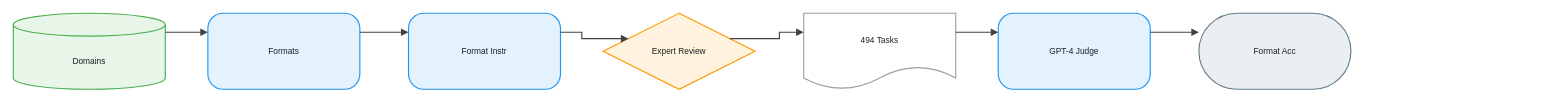
Earlier version of the draw.io diagram client/public/drawio/FOFO/FOFO.en.drawio (joe1chief/benchmark-hub). Source tidied: cells renumbered, new cells numbered last; positions are measured from the earlier drawing's top-left corner, leaving out a move shared by most shapes. Both pictures are drawn from the tidied source at 76%, with x=0, y=0 at pixel (13, 13).
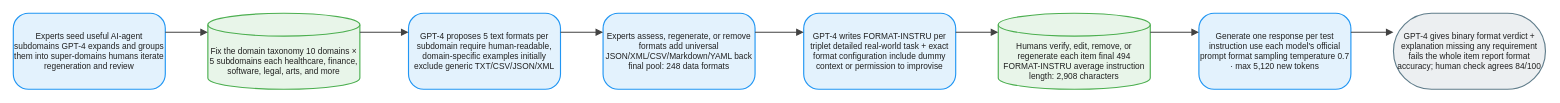
The same page after the edit.

Change to the diagram source:
```diff
@@
 <mxGraphModel background="#FFFFFF">
   <root>
     <mxCell id="0" />
     <mxCell id="1" parent="0" />
-    <mxCell id="2" value="Domains" style="shape=cylinder3;boundedLbl=1;backgroundOutline=1;size=15;html=1;whiteSpace=wrap;fillColor=#E8F5E9;strokeColor=#4CAF50;strokeWidth=1.5;fontColor=#212121;fontSize=11;fontFamily=Arial, Helvetica, sans-serif;verticalAlign=middle;align=center;" parent="1" vertex="1">
+    <mxCell id="2" value="Experts seed useful AI-agent subdomains GPT-4 expands and groups them into super-domains humans iterate regeneration and review" style="rounded=1;arcSize=20;html=1;whiteSpace=wrap;fillColor=#E3F2FD;strokeColor=#2196F3;strokeWidth=1.5;fontColor=#212121;fontSize=11;fontFamily=Arial, Helvetica, sans-serif;verticalAlign=middle;align=center;" parent="1" vertex="1">
       <mxGeometry width="200" height="100" as="geometry" />
     </mxCell>
-    <mxCell id="3" value="Formats" style="rounded=1;arcSize=20;html=1;whiteSpace=wrap;fillColor=#E3F2FD;strokeColor=#2196F3;strokeWidth=1.5;fontColor=#212121;fontSize=11;fontFamily=Arial, Helvetica, sans-serif;verticalAlign=middle;align=center;" parent="1" vertex="1">
+    <mxCell id="3" value="Fix the domain taxonomy 10 domains × 5 subdomains each healthcare, finance, software, legal, arts, and more" style="shape=cylinder3;boundedLbl=1;backgroundOutline=1;size=15;html=1;whiteSpace=wrap;fillColor=#E8F5E9;strokeColor=#4CAF50;strokeWidth=1.5;fontColor=#212121;fontSize=11;fontFamily=Arial, Helvetica, sans-serif;verticalAlign=middle;align=center;" parent="1" vertex="1">
       <mxGeometry x="256" width="200" height="100" as="geometry" />
     </mxCell>
-    <mxCell id="4" value="Format Instr" style="rounded=1;arcSize=20;html=1;whiteSpace=wrap;fillColor=#E3F2FD;strokeColor=#2196F3;strokeWidth=1.5;fontColor=#212121;fontSize=11;fontFamily=Arial, Helvetica, sans-serif;verticalAlign=middle;align=center;" parent="1" vertex="1">
+    <mxCell id="4" value="GPT-4 proposes 5 text formats per subdomain require human-readable, domain-specific examples initially exclude generic TXT/CSV/JSON/XML" style="rounded=1;arcSize=20;html=1;whiteSpace=wrap;fillColor=#E3F2FD;strokeColor=#2196F3;strokeWidth=1.5;fontColor=#212121;fontSize=11;fontFamily=Arial, Helvetica, sans-serif;verticalAlign=middle;align=center;" parent="1" vertex="1">
       <mxGeometry x="520" width="200" height="100" as="geometry" />
     </mxCell>
-    <mxCell id="5" value="Expert Review" style="rhombus;html=1;whiteSpace=wrap;fillColor=#FFF3E0;strokeColor=#FF9800;strokeWidth=1.5;fontColor=#212121;fontSize=11;fontFamily=Arial, Helvetica, sans-serif;verticalAlign=middle;align=center;" parent="1" vertex="1">
+    <mxCell id="5" value="Experts assess, regenerate, or remove formats add universal JSON/XML/CSV/Markdown/YAML back final pool: 248 data formats" style="rounded=1;arcSize=20;html=1;whiteSpace=wrap;fillColor=#E3F2FD;strokeColor=#2196F3;strokeWidth=1.5;fontColor=#212121;fontSize=11;fontFamily=Arial, Helvetica, sans-serif;verticalAlign=middle;align=center;" parent="1" vertex="1">
       <mxGeometry x="776" width="200" height="100" as="geometry" />
     </mxCell>
-    <mxCell id="6" value="494 Tasks" style="shape=document;boundedLbl=1;html=1;whiteSpace=wrap;fillColor=#FFFFFF;strokeColor=#9E9E9E;strokeWidth=1.5;fontColor=#212121;fontSize=11;fontFamily=Arial, Helvetica, sans-serif;verticalAlign=middle;align=center;" parent="1" vertex="1">
+    <mxCell id="6" value="GPT-4 writes FORMAT-INSTRU per triplet detailed real-world task + exact format configuration include dummy context or permission to improvise" style="rounded=1;arcSize=20;html=1;whiteSpace=wrap;fillColor=#E3F2FD;strokeColor=#2196F3;strokeWidth=1.5;fontColor=#212121;fontSize=11;fontFamily=Arial, Helvetica, sans-serif;verticalAlign=middle;align=center;" parent="1" vertex="1">
       <mxGeometry x="1040" width="200" height="100" as="geometry" />
     </mxCell>
-    <mxCell id="7" value="GPT-4 Judge" style="rounded=1;arcSize=20;html=1;whiteSpace=wrap;fillColor=#E3F2FD;strokeColor=#2196F3;strokeWidth=1.5;fontColor=#212121;fontSize=11;fontFamily=Arial, Helvetica, sans-serif;verticalAlign=middle;align=center;" parent="1" vertex="1">
+    <mxCell id="7" value="Humans verify, edit, remove, or regenerate each item final 494 FORMAT-INSTRU average instruction length: 2,908 characters" style="shape=cylinder3;boundedLbl=1;backgroundOutline=1;size=15;html=1;whiteSpace=wrap;fillColor=#E8F5E9;strokeColor=#4CAF50;strokeWidth=1.5;fontColor=#212121;fontSize=11;fontFamily=Arial, Helvetica, sans-serif;verticalAlign=middle;align=center;" parent="1" vertex="1">
       <mxGeometry x="1296" width="200" height="100" as="geometry" />
     </mxCell>
-    <mxCell id="8" value="Format Acc" style="rounded=1;arcSize=50;html=1;whiteSpace=wrap;fillColor=#ECEFF1;strokeColor=#607D8B;strokeWidth=1.5;fontColor=#212121;fontSize=11;fontFamily=Arial, Helvetica, sans-serif;verticalAlign=middle;align=center;" parent="1" vertex="1">
+    <mxCell id="8" value="Generate one response per test instruction use each model's official prompt format sampling temperature 0.7 · max 5,120 new tokens" style="rounded=1;arcSize=20;html=1;whiteSpace=wrap;fillColor=#E3F2FD;strokeColor=#2196F3;strokeWidth=1.5;fontColor=#212121;fontSize=11;fontFamily=Arial, Helvetica, sans-serif;verticalAlign=middle;align=center;" parent="1" vertex="1">
       <mxGeometry x="1560" width="200" height="100" as="geometry" />
     </mxCell>
-    <mxCell id="9" style="edgeStyle=orthogonalEdgeStyle;rounded=0;jettySize=auto;html=1;strokeColor=#424242;strokeWidth=1.5;endArrow=block;endFill=1;exitX=1;exitY=0.25;exitDx=0;exitDy=0;entryX=0;entryY=0.25;entryDx=0;entryDy=0;jumpStyle=arc;jumpSize=8;" parent="1" edge="1" source="2" target="3">
-      <mxGeometry relative="1" as="geometry" />
+    <mxCell id="9" value="GPT-4 gives binary format verdict + explanation missing any requirement fails the whole item report format accuracy; human check agrees 84/100" style="rounded=1;arcSize=50;html=1;whiteSpace=wrap;fillColor=#ECEFF1;strokeColor=#607D8B;strokeWidth=1.5;fontColor=#212121;fontSize=11;fontFamily=Arial, Helvetica, sans-serif;verticalAlign=middle;align=center;" parent="1" vertex="1">
+      <mxGeometry x="1816" width="200" height="100" as="geometry" />
     </mxCell>
-    <mxCell id="10" style="edgeStyle=orthogonalEdgeStyle;rounded=0;jettySize=auto;html=1;strokeColor=#424242;strokeWidth=1.5;endArrow=block;endFill=1;exitX=1;exitY=0.25;exitDx=0;exitDy=0;entryX=0;entryY=0.25;entryDx=0;entryDy=0;jumpStyle=arc;jumpSize=8;" parent="1" edge="1" source="3" target="4">
+    <mxCell id="10" style="edgeStyle=orthogonalEdgeStyle;rounded=0;jettySize=auto;html=1;strokeColor=#424242;strokeWidth=1.5;endArrow=block;endFill=1;exitX=1;exitY=0.25;exitDx=0;exitDy=0;entryX=0;entryY=0.25;entryDx=0;entryDy=0;jumpStyle=arc;jumpSize=8;" parent="1" edge="1" source="2" target="3">
       <mxGeometry relative="1" as="geometry" />
     </mxCell>
-    <mxCell id="11" style="edgeStyle=orthogonalEdgeStyle;rounded=0;jettySize=auto;html=1;strokeColor=#424242;strokeWidth=1.5;endArrow=block;endFill=1;exitX=1;exitY=0.25;exitDx=0;exitDy=0;entryX=0;entryY=0.25;entryDx=0;entryDy=0;jumpStyle=arc;jumpSize=8;" parent="1" edge="1" source="4" target="5">
+    <mxCell id="11" style="edgeStyle=orthogonalEdgeStyle;rounded=0;jettySize=auto;html=1;strokeColor=#424242;strokeWidth=1.5;endArrow=block;endFill=1;exitX=1;exitY=0.25;exitDx=0;exitDy=0;entryX=0;entryY=0.25;entryDx=0;entryDy=0;jumpStyle=arc;jumpSize=8;" parent="1" edge="1" source="3" target="4">
       <mxGeometry relative="1" as="geometry" />
     </mxCell>
-    <mxCell id="12" style="edgeStyle=orthogonalEdgeStyle;rounded=0;jettySize=auto;html=1;strokeColor=#424242;strokeWidth=1.5;endArrow=block;endFill=1;exitX=1;exitY=0.25;exitDx=0;exitDy=0;entryX=0;entryY=0.25;entryDx=0;entryDy=0;jumpStyle=arc;jumpSize=8;" parent="1" edge="1" source="5" target="6">
+    <mxCell id="12" style="edgeStyle=orthogonalEdgeStyle;rounded=0;jettySize=auto;html=1;strokeColor=#424242;strokeWidth=1.5;endArrow=block;endFill=1;exitX=1;exitY=0.25;exitDx=0;exitDy=0;entryX=0;entryY=0.25;entryDx=0;entryDy=0;jumpStyle=arc;jumpSize=8;" parent="1" edge="1" source="4" target="5">
       <mxGeometry relative="1" as="geometry" />
     </mxCell>
-    <mxCell id="13" style="edgeStyle=orthogonalEdgeStyle;rounded=0;jettySize=auto;html=1;strokeColor=#424242;strokeWidth=1.5;endArrow=block;endFill=1;exitX=1;exitY=0.25;exitDx=0;exitDy=0;entryX=0;entryY=0.25;entryDx=0;entryDy=0;jumpStyle=arc;jumpSize=8;" parent="1" edge="1" source="6" target="7">
+    <mxCell id="13" style="edgeStyle=orthogonalEdgeStyle;rounded=0;jettySize=auto;html=1;strokeColor=#424242;strokeWidth=1.5;endArrow=block;endFill=1;exitX=1;exitY=0.25;exitDx=0;exitDy=0;entryX=0;entryY=0.25;entryDx=0;entryDy=0;jumpStyle=arc;jumpSize=8;" parent="1" edge="1" source="5" target="6">
       <mxGeometry relative="1" as="geometry" />
     </mxCell>
-    <mxCell id="14" style="edgeStyle=orthogonalEdgeStyle;rounded=0;jettySize=auto;html=1;strokeColor=#424242;strokeWidth=1.5;endArrow=block;endFill=1;exitX=1;exitY=0.25;exitDx=0;exitDy=0;entryX=0;entryY=0.25;entryDx=0;entryDy=0;jumpStyle=arc;jumpSize=8;" parent="1" edge="1" source="7" target="8">
+    <mxCell id="14" style="edgeStyle=orthogonalEdgeStyle;rounded=0;jettySize=auto;html=1;strokeColor=#424242;strokeWidth=1.5;endArrow=block;endFill=1;exitX=1;exitY=0.25;exitDx=0;exitDy=0;entryX=0;entryY=0.25;entryDx=0;entryDy=0;jumpStyle=arc;jumpSize=8;" parent="1" edge="1" source="6" target="7">
       <mxGeometry relative="1" as="geometry" />
     </mxCell>
+    <mxCell id="15" style="edgeStyle=orthogonalEdgeStyle;rounded=0;jettySize=auto;html=1;strokeColor=#424242;strokeWidth=1.5;endArrow=block;endFill=1;exitX=1;exitY=0.25;exitDx=0;exitDy=0;entryX=0;entryY=0.25;entryDx=0;entryDy=0;jumpStyle=arc;jumpSize=8;" parent="1" edge="1" source="7" target="8">
+      <mxGeometry relative="1" as="geometry" />
+    </mxCell>
+    <mxCell id="16" style="edgeStyle=orthogonalEdgeStyle;rounded=0;jettySize=auto;html=1;strokeColor=#424242;strokeWidth=1.5;endArrow=block;endFill=1;exitX=1;exitY=0.25;exitDx=0;exitDy=0;entryX=0;entryY=0.25;entryDx=0;entryDy=0;jumpStyle=arc;jumpSize=8;" parent="1" edge="1" source="8" target="9">
+      <mxGeometry relative="1" as="geometry" />
+    </mxCell>
   </root>
 </mxGraphModel>
```
